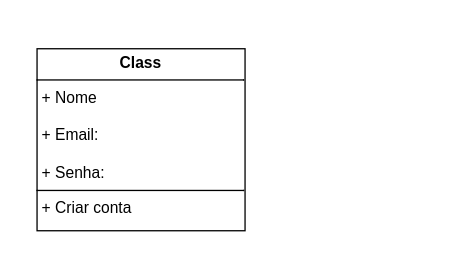
The draw.io diagram page "D. Classes" (3 of 3) of Diagrama sem nome.drawio in Eduardo-1105/diagramasderequesitos, before the edit. Source tidied: cells renumbered, new cells numbered last; positions are measured from the earlier drawing's top-left corner, leaving out a move shared by most shapes. Both pictures are drawn from the tidied source at 130%, with x=0, y=0 at pixel (36, 48).
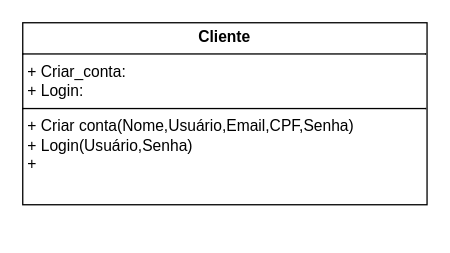
Above is the later version.

The edit, as a diff of the source:
```diff
@@
 <mxGraphModel>
   <root>
     <mxCell id="0" />
     <mxCell id="1" parent="0" />
-    <mxCell id="2" value="&lt;p style=&quot;margin:0px;margin-top:4px;text-align:center;&quot;&gt;&lt;b&gt;Class&lt;/b&gt;&lt;/p&gt;&lt;hr size=&quot;1&quot; style=&quot;border-style:solid;&quot;&gt;&lt;p style=&quot;margin:0px;margin-left:4px;&quot;&gt;+ Nome&lt;/p&gt;&lt;p style=&quot;margin:0px;margin-left:4px;&quot;&gt;&lt;br&gt;&lt;/p&gt;&lt;p style=&quot;margin:0px;margin-left:4px;&quot;&gt;+ Email:&lt;/p&gt;&lt;p style=&quot;margin:0px;margin-left:4px;&quot;&gt;&lt;br&gt;&lt;/p&gt;&lt;p style=&quot;margin:0px;margin-left:4px;&quot;&gt;+ Senha:&lt;/p&gt;&lt;hr size=&quot;1&quot; style=&quot;border-style:solid;&quot;&gt;&lt;p style=&quot;margin:0px;margin-left:4px;&quot;&gt;+ Criar conta&lt;/p&gt;" style="verticalAlign=top;align=left;overflow=fill;html=1;whiteSpace=wrap;" parent="1" vertex="1">
-      <mxGeometry width="160" height="140" as="geometry" />
-    </mxCell>
+    <mxCell id="3" value="&lt;p style=&quot;margin:0px;margin-top:4px;text-align:center;&quot;&gt;&lt;b&gt;Cliente&lt;/b&gt;&lt;/p&gt;&lt;hr size=&quot;1&quot; style=&quot;border-style:solid;&quot;&gt;&lt;p style=&quot;margin:0px;margin-left:4px;&quot;&gt;+ Criar_conta:&lt;br&gt;+ Login:&lt;/p&gt;&lt;hr size=&quot;1&quot; style=&quot;border-style:solid;&quot;&gt;&lt;p style=&quot;margin:0px;margin-left:4px;&quot;&gt;+ Criar conta(Nome,Usuário,Email,CPF,Senha)&lt;br&gt;+ Login(Usuário,Senha)&lt;/p&gt;&lt;p style=&quot;margin:0px;margin-left:4px;&quot;&gt;+&amp;nbsp;&lt;/p&gt;" style="verticalAlign=top;align=left;overflow=fill;html=1;whiteSpace=wrap;" parent="1" vertex="1">
+      <mxGeometry x="-11" y="-20" width="311" height="140" as="geometry" />
+    </mxCell>
   </root>
 </mxGraphModel>
```
